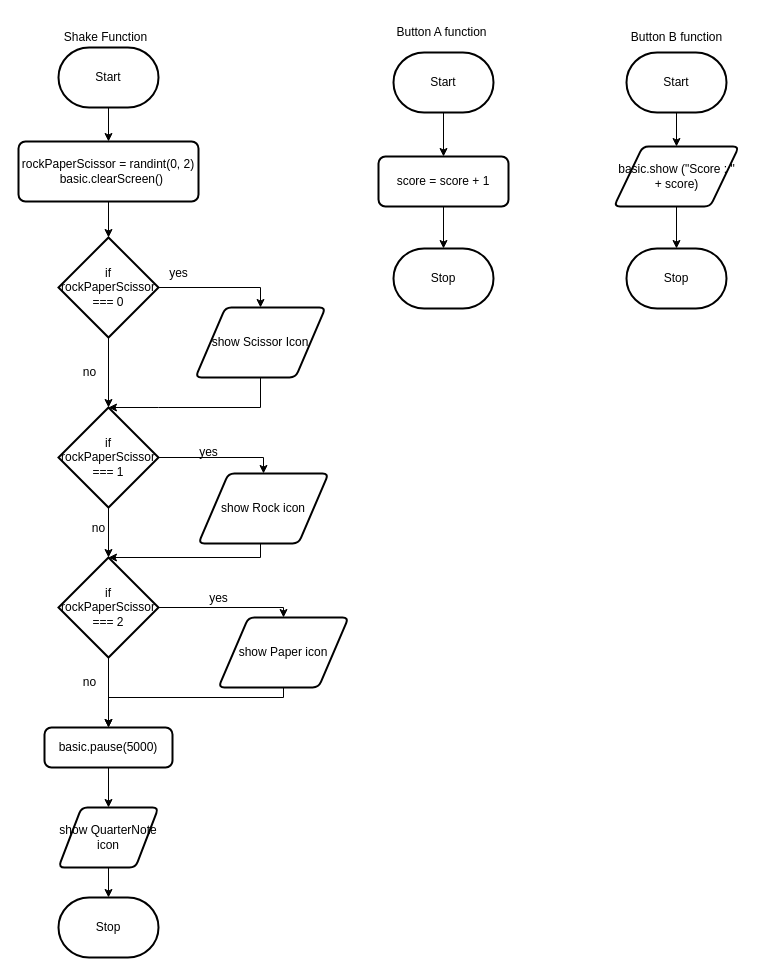
Above: design/flowchart.drawio in MTHS-TEJ2O-1-2023/TEJ2O-Unit-2-09-Liya-Getachew (draw.io), before the change. Source tidied: cells renumbered, new cells numbered last; positions are measured from the earlier drawing's top-left corner, leaving out a move shared by most shapes. Both pictures are drawn from the tidied source at 100%, with x=0, y=0 at pixel (18, 17).
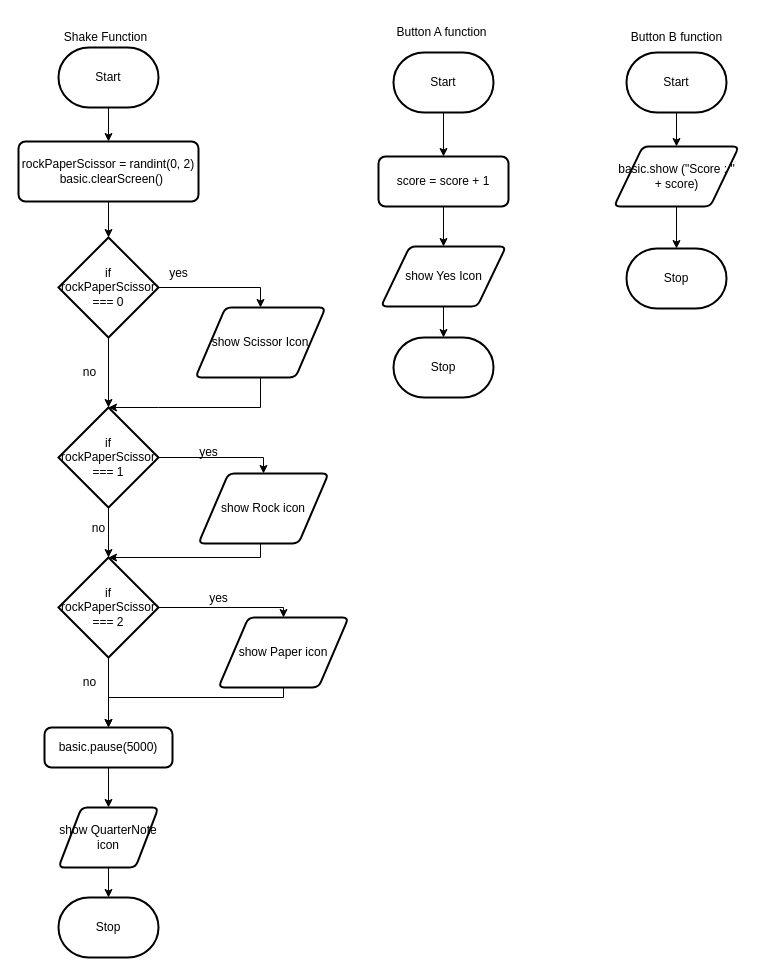
Above is the later version.

The change refers to these unchanged cells:
```xml
<mxCell id="13" value="score = score + 1" style="rounded=1;whiteSpace=wrap;html=1;absoluteArcSize=1;arcSize=14;strokeWidth=2;" parent="1" vertex="1">
  <mxGeometry x="360" y="139" width="130" height="50" as="geometry" />
</mxCell>
```

Diff of the diagram source:
```diff
@@
     <mxCell id="4" value="Stop" style="strokeWidth=2;html=1;shape=mxgraph.flowchart.terminator;whiteSpace=wrap;" parent="1" vertex="1">
-      <mxGeometry x="375" y="231" width="100" height="60" as="geometry" />
+      <mxGeometry x="375" y="320" width="100" height="60" as="geometry" />
     </mxCell>
@@
-    <mxCell id="12" style="edgeStyle=orthogonalEdgeStyle;rounded=0;html=1;" parent="1" edge="1" source="13" target="4">
+    <mxCell id="12" style="edgeStyle=orthogonalEdgeStyle;rounded=0;html=1;" parent="1" edge="1" source="13" target="46">
       <mxGeometry relative="1" as="geometry" />
     </mxCell>
@@
+    <mxCell id="45" style="edgeStyle=none;html=1;" parent="1" edge="1" source="46" target="4">
+      <mxGeometry relative="1" as="geometry" />
+    </mxCell>
+    <mxCell id="46" value="show Yes Icon" style="shape=parallelogram;html=1;strokeWidth=2;perimeter=parallelogramPerimeter;whiteSpace=wrap;rounded=1;arcSize=12;size=0.23;" parent="1" vertex="1">
+      <mxGeometry x="362.5" y="229" width="125" height="60" as="geometry" />
+    </mxCell>
```
